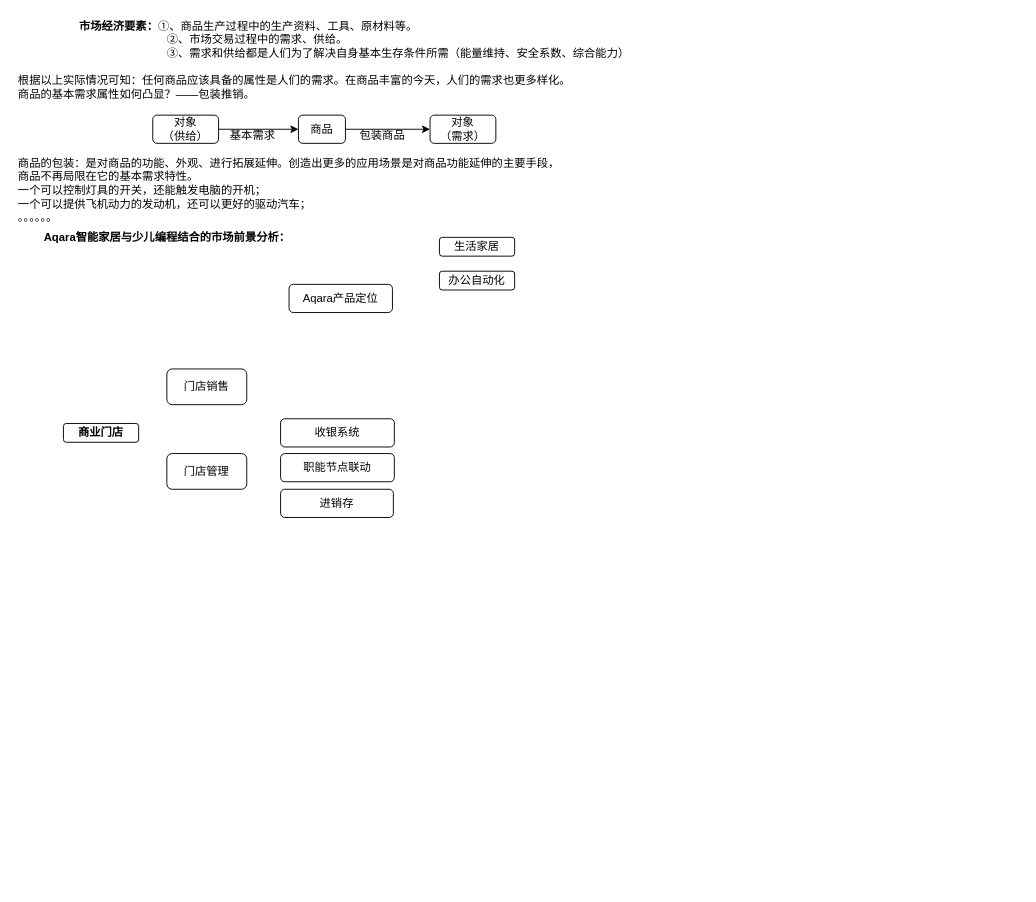
Above: Aqara商业逻辑.drawio in UTOUUCENTER-CD/Adv-Mathematics (draw.io), before the change. Source tidied: cells renumbered, new cells numbered last; positions are measured from the earlier drawing's top-left corner, leaving out a move shared by most shapes. Both pictures are drawn from the tidied source at 94%, with x=0, y=0 at pixel (16, 16).
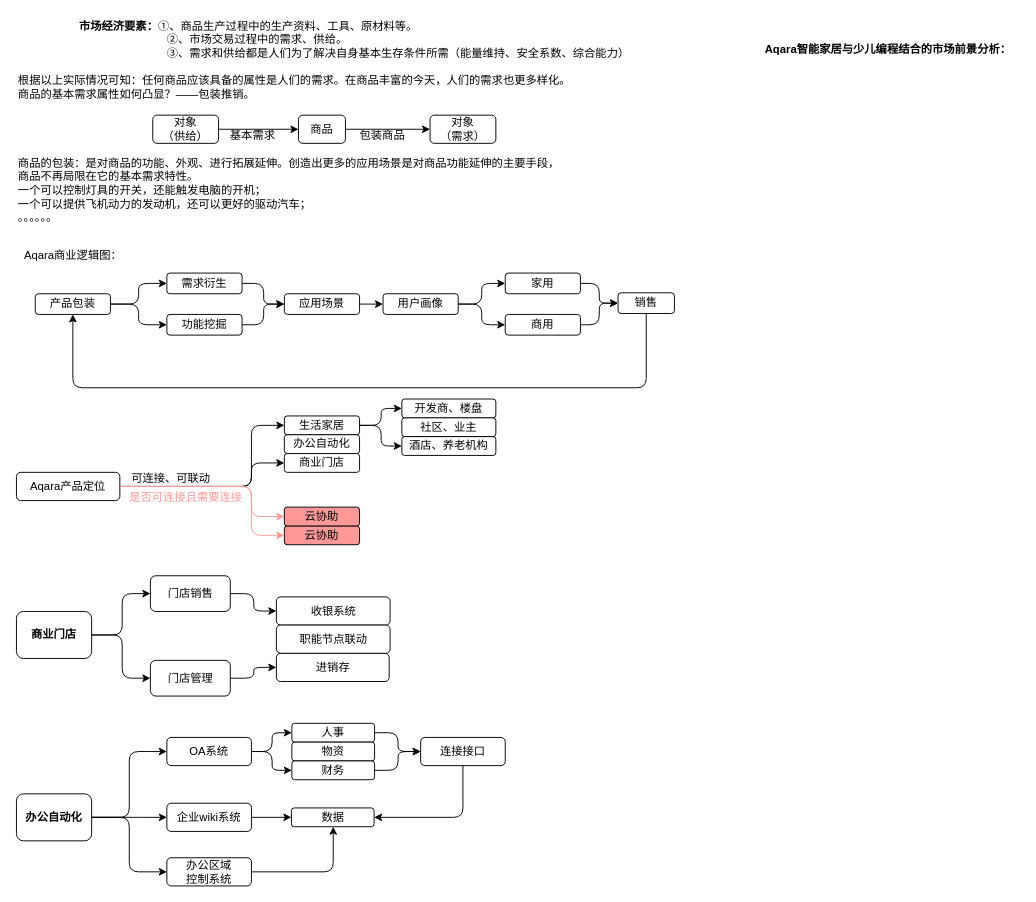
The same diagram, later.

The edit, as a diff of the source:
```diff
@@
     <mxCell id="2" value="&lt;b&gt;Aqara智能家居与少儿编程结合的市场前景分析：&lt;/b&gt;" style="text;html=1;align=center;verticalAlign=middle;" parent="1" vertex="1">
-      <mxGeometry x="20" y="225" width="280" height="20" as="geometry" />
+      <mxGeometry x="787" y="25" width="280" height="20" as="geometry" />
     </mxCell>
     <mxCell id="3" value="Aqara产品定位" style="rounded=1;whiteSpace=wrap;html=1;" parent="1" vertex="1">
-      <mxGeometry x="290" y="285" width="110" height="30" as="geometry" />
+      <mxGeometry y="485" width="110" height="30" as="geometry" />
     </mxCell>
     <mxCell id="4" value="生活家居" style="rounded=1;whiteSpace=wrap;html=1;" parent="1" vertex="1">
-      <mxGeometry x="450" y="235" width="80" height="20" as="geometry" />
+      <mxGeometry x="285" y="425" width="80" height="20" as="geometry" />
     </mxCell>
     <mxCell id="5" value="办公自动化" style="rounded=1;whiteSpace=wrap;html=1;" parent="1" vertex="1">
-      <mxGeometry x="450" y="271" width="80" height="20" as="geometry" />
+      <mxGeometry x="285" y="445" width="80" height="20" as="geometry" />
     </mxCell>
     <mxCell id="6" value="&lt;b&gt;商业门店&lt;/b&gt;" style="rounded=1;whiteSpace=wrap;html=1;" parent="1" vertex="1">
-      <mxGeometry x="50" y="433" width="80" height="20" as="geometry" />
+      <mxGeometry y="633" width="80" height="50" as="geometry" />
     </mxCell>
     <mxCell id="7" value="收银系统" style="rounded=1;whiteSpace=wrap;html=1;" parent="1" vertex="1">
-      <mxGeometry x="281" y="428" width="121" height="30" as="geometry" />
+      <mxGeometry x="276.5" y="617.5" width="121" height="30" as="geometry" />
     </mxCell>
@@
     <mxCell id="18" value="门店销售" style="rounded=1;whiteSpace=wrap;html=1;" parent="1" vertex="1">
-      <mxGeometry x="160" y="375" width="85" height="38" as="geometry" />
+      <mxGeometry x="142.5" y="595" width="85" height="38" as="geometry" />
     </mxCell>
     <mxCell id="19" value="门店管理" style="rounded=1;whiteSpace=wrap;html=1;" parent="1" vertex="1">
-      <mxGeometry x="160" y="465" width="85" height="38" as="geometry" />
+      <mxGeometry x="142.5" y="685" width="85" height="38" as="geometry" />
     </mxCell>
     <mxCell id="20" value="进销存" style="rounded=1;whiteSpace=wrap;html=1;" parent="1" vertex="1">
-      <mxGeometry x="281" y="503" width="120" height="30" as="geometry" />
+      <mxGeometry x="276.5" y="677.5" width="120" height="30" as="geometry" />
     </mxCell>
     <mxCell id="21" value="职能节点联动" style="rounded=1;whiteSpace=wrap;html=1;" parent="1" vertex="1">
-      <mxGeometry x="281" y="465" width="121" height="30" as="geometry" />
+      <mxGeometry x="276.5" y="647.5" width="121" height="30" as="geometry" />
     </mxCell>
+    <mxCell id="22" value="Aqara商业逻辑图：&lt;br&gt;" style="text;html=1;align=center;verticalAlign=middle;" parent="1" vertex="1">
+      <mxGeometry y="245" width="120" height="20" as="geometry" />
+    </mxCell>
+    <mxCell id="23" value="需求衍生" style="rounded=1;whiteSpace=wrap;html=1;" parent="1" vertex="1">
+      <mxGeometry x="160" y="273" width="80" height="22" as="geometry" />
+    </mxCell>
+    <mxCell id="24" value="产品包装" style="rounded=1;whiteSpace=wrap;html=1;" parent="1" vertex="1">
+      <mxGeometry x="20" y="295" width="80" height="22" as="geometry" />
+    </mxCell>
+    <mxCell id="25" value="功能挖掘" style="rounded=1;whiteSpace=wrap;html=1;" parent="1" vertex="1">
+      <mxGeometry x="160" y="317" width="80" height="22" as="geometry" />
+    </mxCell>
+    <mxCell id="26" style="edgeStyle=orthogonalEdgeStyle;rounded=0;jettySize=auto;html=1;exitX=1;exitY=0.5;exitDx=0;exitDy=0;entryX=0;entryY=0.5;entryDx=0;entryDy=0;" parent="1" edge="1" source="27" target="28">
+      <mxGeometry relative="1" as="geometry" />
+    </mxCell>
+    <mxCell id="27" value="应用场景" style="rounded=1;whiteSpace=wrap;html=1;" parent="1" vertex="1">
+      <mxGeometry x="285" y="295" width="80" height="22" as="geometry" />
+    </mxCell>
+    <mxCell id="28" value="用户画像" style="rounded=1;whiteSpace=wrap;html=1;" parent="1" vertex="1">
+      <mxGeometry x="390" y="295" width="80" height="22" as="geometry" />
+    </mxCell>
+    <mxCell id="29" value="家用" style="rounded=1;whiteSpace=wrap;html=1;" parent="1" vertex="1">
+      <mxGeometry x="520" y="273" width="80" height="22" as="geometry" />
+    </mxCell>
+    <mxCell id="30" value="商用" style="rounded=1;whiteSpace=wrap;html=1;" parent="1" vertex="1">
+      <mxGeometry x="520" y="317" width="80" height="22" as="geometry" />
+    </mxCell>
+    <mxCell id="31" style="edgeStyle=elbowEdgeStyle;elbow=horizontal;endArrow=classic;html=1;exitX=1;exitY=0.5;exitDx=0;exitDy=0;entryX=0;entryY=0.5;entryDx=0;entryDy=0;" parent="1" edge="1" source="24" target="23">
+      <mxGeometry relative="1" as="geometry" />
+    </mxCell>
+    <mxCell id="32" style="edgeStyle=elbowEdgeStyle;elbow=horizontal;endArrow=classic;html=1;exitX=1;exitY=0.5;exitDx=0;exitDy=0;entryX=0;entryY=0.5;entryDx=0;entryDy=0;" parent="1" edge="1" source="24" target="25">
+      <mxGeometry relative="1" as="geometry" />
+    </mxCell>
+    <mxCell id="33" style="edgeStyle=elbowEdgeStyle;elbow=horizontal;endArrow=classic;html=1;exitX=1;exitY=0.5;exitDx=0;exitDy=0;entryX=0;entryY=0.5;entryDx=0;entryDy=0;" parent="1" edge="1" source="23" target="27">
+      <mxGeometry relative="1" as="geometry" />
+    </mxCell>
+    <mxCell id="34" style="edgeStyle=elbowEdgeStyle;elbow=horizontal;endArrow=classic;html=1;exitX=1;exitY=0.5;exitDx=0;exitDy=0;entryX=0;entryY=0.5;entryDx=0;entryDy=0;" parent="1" edge="1" source="25" target="27">
+      <mxGeometry relative="1" as="geometry" />
+    </mxCell>
+    <mxCell id="35" style="edgeStyle=elbowEdgeStyle;elbow=horizontal;endArrow=classic;html=1;exitX=1;exitY=0.5;exitDx=0;exitDy=0;entryX=0;entryY=0.5;entryDx=0;entryDy=0;" parent="1" edge="1" source="28" target="29">
+      <mxGeometry relative="1" as="geometry" />
+    </mxCell>
+    <mxCell id="36" style="edgeStyle=elbowEdgeStyle;elbow=horizontal;endArrow=classic;html=1;exitX=1;exitY=0.5;exitDx=0;exitDy=0;entryX=0;entryY=0.5;entryDx=0;entryDy=0;" parent="1" edge="1" source="28" target="30">
+      <mxGeometry relative="1" as="geometry" />
+    </mxCell>
+    <mxCell id="37" style="edgeStyle=elbowEdgeStyle;elbow=horizontal;endArrow=classic;html=1;exitX=1;exitY=0.5;exitDx=0;exitDy=0;entryX=0;entryY=0.5;entryDx=0;entryDy=0;" parent="1" edge="1" source="29" target="39">
+      <mxGeometry relative="1" as="geometry" />
+    </mxCell>
+    <mxCell id="38" style="edgeStyle=elbowEdgeStyle;elbow=horizontal;endArrow=classic;html=1;exitX=1;exitY=0.5;exitDx=0;exitDy=0;entryX=0;entryY=0.5;entryDx=0;entryDy=0;" parent="1" edge="1" source="30" target="39">
+      <mxGeometry relative="1" as="geometry" />
+    </mxCell>
+    <mxCell id="39" value="销售" style="rounded=1;whiteSpace=wrap;html=1;" parent="1" vertex="1">
+      <mxGeometry x="640" y="294" width="60" height="22" as="geometry" />
+    </mxCell>
+    <mxCell id="40" style="edgeStyle=elbowEdgeStyle;elbow=horizontal;endArrow=classic;html=1;exitX=0.5;exitY=1;exitDx=0;exitDy=0;entryX=0.5;entryY=1;entryDx=0;entryDy=0;" parent="1" edge="1" source="39" target="24">
+      <mxGeometry relative="1" as="geometry">
+        <Array as="points">
+          <mxPoint x="330" y="395" />
+          <mxPoint x="390" y="415" />
+          <mxPoint x="760" y="375" />
+          <mxPoint x="380" y="375" />
+        </Array>
+      </mxGeometry>
+    </mxCell>
+    <mxCell id="41" value="商业门店" style="rounded=1;whiteSpace=wrap;html=1;" parent="1" vertex="1">
+      <mxGeometry x="285" y="465" width="80" height="20" as="geometry" />
+    </mxCell>
+    <mxCell id="42" value="云协助" style="rounded=1;whiteSpace=wrap;html=1;fillColor=#FF9999;" parent="1" vertex="1">
+      <mxGeometry x="285" y="542" width="80" height="20" as="geometry" />
+    </mxCell>
+    <mxCell id="43" style="edgeStyle=elbowEdgeStyle;elbow=horizontal;endArrow=classic;html=1;exitX=1;exitY=0.5;exitDx=0;exitDy=0;entryX=0;entryY=0.5;entryDx=0;entryDy=0;" parent="1" edge="1" source="3" target="4">
+      <mxGeometry relative="1" as="geometry">
+        <Array as="points">
+          <mxPoint x="250" y="465" />
+          <mxPoint x="220" y="455" />
+        </Array>
+      </mxGeometry>
+    </mxCell>
+    <mxCell id="44" style="edgeStyle=elbowEdgeStyle;elbow=horizontal;endArrow=classic;html=1;exitX=1;exitY=0.5;exitDx=0;exitDy=0;entryX=0;entryY=0.5;entryDx=0;entryDy=0;" parent="1" edge="1" source="3" target="41">
+      <mxGeometry relative="1" as="geometry">
+        <Array as="points">
+          <mxPoint x="250" y="495" />
+        </Array>
+      </mxGeometry>
+    </mxCell>
+    <mxCell id="45" style="edgeStyle=elbowEdgeStyle;elbow=horizontal;endArrow=classic;html=1;exitX=1;exitY=0.5;exitDx=0;exitDy=0;entryX=0;entryY=0.5;entryDx=0;entryDy=0;strokeColor=#FF9999;" parent="1" edge="1" source="3" target="42">
+      <mxGeometry relative="1" as="geometry">
+        <Array as="points">
+          <mxPoint x="250" y="545" />
+        </Array>
+      </mxGeometry>
+    </mxCell>
+    <mxCell id="46" value="可连接、可联动" style="text;html=1;align=center;verticalAlign=middle;" parent="1" vertex="1">
+      <mxGeometry x="114" y="482" width="100" height="20" as="geometry" />
+    </mxCell>
+    <mxCell id="47" value="&lt;font color=&quot;#ff9999&quot;&gt;是否可连接且需要连接&lt;/font&gt;" style="text;html=1;align=center;verticalAlign=middle;" parent="1" vertex="1">
+      <mxGeometry x="110" y="502" width="140" height="20" as="geometry" />
+    </mxCell>
+    <mxCell id="48" value="云协助" style="rounded=1;whiteSpace=wrap;html=1;fillColor=#FF9999;" parent="1" vertex="1">
+      <mxGeometry x="285" y="522" width="80" height="20" as="geometry" />
+    </mxCell>
+    <mxCell id="49" style="edgeStyle=elbowEdgeStyle;elbow=horizontal;endArrow=classic;html=1;entryX=0;entryY=0.5;entryDx=0;entryDy=0;exitX=1;exitY=0.5;exitDx=0;exitDy=0;strokeColor=#FF9999;" parent="1" edge="1" source="3" target="48">
+      <mxGeometry relative="1" as="geometry">
+        <Array as="points">
+          <mxPoint x="250" y="515" />
+          <mxPoint x="260" y="555" />
+        </Array>
+      </mxGeometry>
+    </mxCell>
+    <mxCell id="50" style="edgeStyle=elbowEdgeStyle;elbow=horizontal;endArrow=classic;html=1;exitX=1;exitY=0.5;exitDx=0;exitDy=0;entryX=0;entryY=0.5;entryDx=0;entryDy=0;" parent="1" edge="1" source="6" target="18">
+      <mxGeometry relative="1" as="geometry">
+        <Array as="points">
+          <mxPoint x="112.5" y="645" />
+          <mxPoint x="2.5" y="445" />
+          <mxPoint x="-27.5" y="435" />
+        </Array>
+      </mxGeometry>
+    </mxCell>
+    <mxCell id="51" style="edgeStyle=elbowEdgeStyle;elbow=horizontal;endArrow=classic;html=1;exitX=1;exitY=0.5;exitDx=0;exitDy=0;entryX=0;entryY=0.5;entryDx=0;entryDy=0;" parent="1" edge="1" source="6" target="19">
+      <mxGeometry relative="1" as="geometry">
+        <Array as="points">
+          <mxPoint x="112.5" y="675" />
+          <mxPoint x="12.5" y="455" />
+          <mxPoint x="-17.5" y="445" />
+        </Array>
+      </mxGeometry>
+    </mxCell>
+    <mxCell id="52" style="edgeStyle=elbowEdgeStyle;elbow=horizontal;endArrow=classic;html=1;exitX=1;exitY=0.5;exitDx=0;exitDy=0;entryX=0;entryY=0.5;entryDx=0;entryDy=0;" parent="1" edge="1" source="18" target="7">
+      <mxGeometry relative="1" as="geometry">
+        <Array as="points">
+          <mxPoint x="252.5" y="614" />
+          <mxPoint x="22.5" y="465" />
+          <mxPoint x="-7.5" y="455" />
+        </Array>
+      </mxGeometry>
+    </mxCell>
+    <mxCell id="53" style="edgeStyle=elbowEdgeStyle;elbow=horizontal;endArrow=classic;html=1;exitX=1;exitY=0.5;exitDx=0;exitDy=0;entryX=0;entryY=0.5;entryDx=0;entryDy=0;" parent="1" edge="1" source="19" target="20">
+      <mxGeometry relative="1" as="geometry">
+        <Array as="points">
+          <mxPoint x="252.5" y="704" />
+          <mxPoint x="142.5" y="675" />
+          <mxPoint x="32.5" y="475" />
+          <mxPoint x="2.5" y="465" />
+        </Array>
+      </mxGeometry>
+    </mxCell>
+    <mxCell id="54" value="&lt;b&gt;办公自动化&lt;/b&gt;" style="rounded=1;whiteSpace=wrap;html=1;" parent="1" vertex="1">
+      <mxGeometry y="827" width="80" height="50" as="geometry" />
+    </mxCell>
+    <mxCell id="55" value="OA系统" style="rounded=1;whiteSpace=wrap;html=1;" parent="1" vertex="1">
+      <mxGeometry x="160" y="767" width="90" height="30" as="geometry" />
+    </mxCell>
+    <mxCell id="56" style="edgeStyle=orthogonalEdgeStyle;rounded=0;jettySize=auto;html=1;exitX=1;exitY=0.5;exitDx=0;exitDy=0;entryX=0;entryY=0.5;entryDx=0;entryDy=0;strokeColor=#000000;" parent="1" edge="1" source="57" target="62">
+      <mxGeometry relative="1" as="geometry" />
+    </mxCell>
+    <mxCell id="57" value="企业wiki系统" style="rounded=1;whiteSpace=wrap;html=1;" parent="1" vertex="1">
+      <mxGeometry x="160" y="837" width="90" height="30" as="geometry" />
+    </mxCell>
+    <mxCell id="58" value="办公区域&lt;br&gt;控制系统" style="rounded=1;whiteSpace=wrap;html=1;" parent="1" vertex="1">
+      <mxGeometry x="160" y="895" width="90" height="30" as="geometry" />
+    </mxCell>
+    <mxCell id="59" value="人事" style="rounded=1;whiteSpace=wrap;html=1;" parent="1" vertex="1">
+      <mxGeometry x="293" y="752" width="88" height="20" as="geometry" />
+    </mxCell>
+    <mxCell id="60" value="物资" style="rounded=1;whiteSpace=wrap;html=1;" parent="1" vertex="1">
+      <mxGeometry x="293" y="772" width="88" height="20" as="geometry" />
+    </mxCell>
+    <mxCell id="61" value="财务" style="rounded=1;whiteSpace=wrap;html=1;" parent="1" vertex="1">
+      <mxGeometry x="293" y="792" width="88" height="20" as="geometry" />
+    </mxCell>
+    <mxCell id="62" value="数据" style="rounded=1;whiteSpace=wrap;html=1;" parent="1" vertex="1">
+      <mxGeometry x="292.5" y="842" width="88" height="20" as="geometry" />
+    </mxCell>
+    <mxCell id="63" style="edgeStyle=elbowEdgeStyle;elbow=horizontal;endArrow=classic;html=1;exitX=1;exitY=0.5;exitDx=0;exitDy=0;entryX=0;entryY=0.5;entryDx=0;entryDy=0;" parent="1" edge="1" source="59" target="69">
+      <mxGeometry relative="1" as="geometry" />
+    </mxCell>
+    <mxCell id="64" style="edgeStyle=elbowEdgeStyle;elbow=horizontal;endArrow=classic;html=1;exitX=1;exitY=0.5;exitDx=0;exitDy=0;entryX=0;entryY=0.5;entryDx=0;entryDy=0;" parent="1" edge="1" source="61" target="69">
+      <mxGeometry relative="1" as="geometry" />
+    </mxCell>
+    <mxCell id="65" style="edgeStyle=elbowEdgeStyle;elbow=horizontal;endArrow=classic;html=1;exitX=1;exitY=0.5;exitDx=0;exitDy=0;entryX=0;entryY=0.5;entryDx=0;entryDy=0;" parent="1" edge="1" source="54" target="55">
+      <mxGeometry relative="1" as="geometry" />
+    </mxCell>
+    <mxCell id="66" style="edgeStyle=elbowEdgeStyle;elbow=horizontal;endArrow=classic;html=1;exitX=1;exitY=0.5;exitDx=0;exitDy=0;entryX=0;entryY=0.5;entryDx=0;entryDy=0;" parent="1" edge="1" source="54" target="58">
+      <mxGeometry relative="1" as="geometry" />
+    </mxCell>
+    <mxCell id="67" style="edgeStyle=elbowEdgeStyle;elbow=horizontal;endArrow=classic;html=1;exitX=1;exitY=0.5;exitDx=0;exitDy=0;entryX=0;entryY=0.5;entryDx=0;entryDy=0;" parent="1" edge="1" source="55" target="59">
+      <mxGeometry relative="1" as="geometry" />
+    </mxCell>
+    <mxCell id="68" style="edgeStyle=elbowEdgeStyle;elbow=horizontal;endArrow=classic;html=1;entryX=0;entryY=0.5;entryDx=0;entryDy=0;exitX=1;exitY=0.5;exitDx=0;exitDy=0;" parent="1" edge="1" source="55" target="61">
+      <mxGeometry relative="1" as="geometry" />
+    </mxCell>
+    <mxCell id="69" value="连接接口" style="rounded=1;whiteSpace=wrap;html=1;" parent="1" vertex="1">
+      <mxGeometry x="430" y="767" width="90" height="30" as="geometry" />
+    </mxCell>
+    <mxCell id="70" style="edgeStyle=elbowEdgeStyle;elbow=horizontal;endArrow=classic;html=1;exitX=0.5;exitY=1;exitDx=0;exitDy=0;entryX=1;entryY=0.5;entryDx=0;entryDy=0;" parent="1" edge="1" source="69" target="62">
+      <mxGeometry relative="1" as="geometry">
+        <Array as="points">
+          <mxPoint x="475" y="815" />
+        </Array>
+      </mxGeometry>
+    </mxCell>
+    <mxCell id="71" style="edgeStyle=elbowEdgeStyle;elbow=horizontal;endArrow=classic;html=1;exitX=1;exitY=0.5;exitDx=0;exitDy=0;" parent="1" edge="1" source="58">
+      <mxGeometry relative="1" as="geometry">
+        <mxPoint x="337" y="862" as="targetPoint" />
+        <Array as="points">
+          <mxPoint x="337" y="895" />
+        </Array>
+      </mxGeometry>
+    </mxCell>
+    <mxCell id="72" style="edgeStyle=elbowEdgeStyle;elbow=horizontal;endArrow=classic;html=1;exitX=1;exitY=0.5;exitDx=0;exitDy=0;entryX=0;entryY=0.5;entryDx=0;entryDy=0;" parent="1" edge="1" source="54" target="57">
+      <mxGeometry relative="1" as="geometry" />
+    </mxCell>
+    <mxCell id="73" value="开发商、楼盘" style="rounded=1;whiteSpace=wrap;html=1;" parent="1" vertex="1">
+      <mxGeometry x="410" y="407" width="100" height="20" as="geometry" />
+    </mxCell>
+    <mxCell id="74" value="社区、业主" style="rounded=1;whiteSpace=wrap;html=1;" parent="1" vertex="1">
+      <mxGeometry x="410" y="427" width="100" height="20" as="geometry" />
+    </mxCell>
+    <mxCell id="75" value="酒店、养老机构" style="rounded=1;whiteSpace=wrap;html=1;" parent="1" vertex="1">
+      <mxGeometry x="410" y="447" width="100" height="20" as="geometry" />
+    </mxCell>
+    <mxCell id="76" style="edgeStyle=elbowEdgeStyle;elbow=horizontal;endArrow=classic;html=1;exitX=1;exitY=0.5;exitDx=0;exitDy=0;entryX=0;entryY=0.5;entryDx=0;entryDy=0;" parent="1" edge="1" source="4" target="73">
+      <mxGeometry relative="1" as="geometry" />
+    </mxCell>
+    <mxCell id="77" style="edgeStyle=elbowEdgeStyle;elbow=horizontal;endArrow=classic;html=1;exitX=1;exitY=0.5;exitDx=0;exitDy=0;entryX=0;entryY=0.5;entryDx=0;entryDy=0;" parent="1" edge="1" source="4" target="75">
+      <mxGeometry relative="1" as="geometry" />
+    </mxCell>
```
